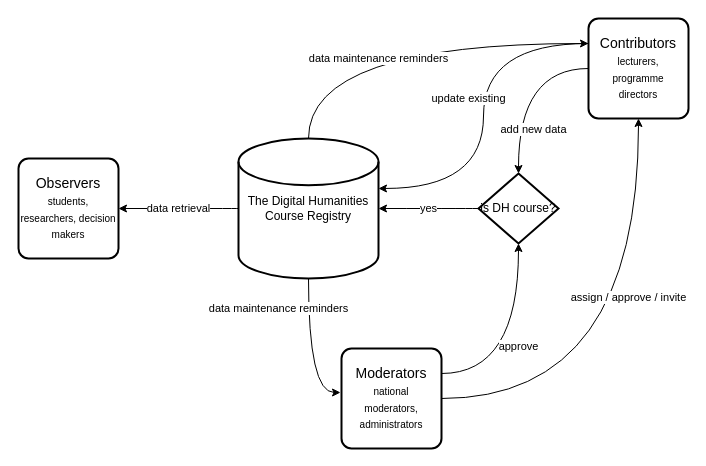
Before: app/webroot/files/DHCR processes.drawio in hashmich/DHCR-Back-End, a draw.io diagram. Source tidied: cells renumbered, new cells numbered last; positions are measured from the earlier drawing's top-left corner, leaving out a move shared by most shapes. Both pictures are drawn from the tidied source at 100%, with x=0, y=0 at pixel (18, 18).
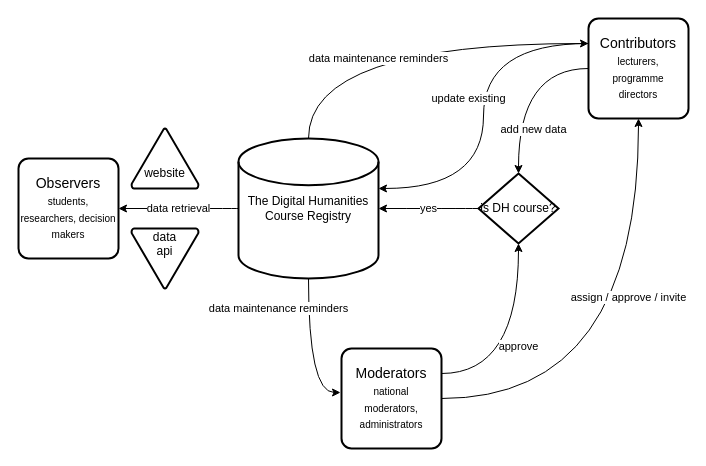
After the change.

What changed in the source:
```diff
@@
 <mxGraphModel>
   <root>
     <mxCell id="0" />
     <mxCell id="1" parent="0" />
     <mxCell id="2" value="data retrieval" style="edgeStyle=orthogonalEdgeStyle;rounded=0;jettySize=auto;html=1;exitX=0;exitY=0.5;exitDx=0;exitDy=0;entryX=1;entryY=0.5;entryDx=0;entryDy=0;elbow=vertical;curved=1;" parent="1" edge="1" source="5" target="6">
       <mxGeometry relative="1" as="geometry" />
     </mxCell>
     <mxCell id="3" value="data maintenance reminders" style="edgeStyle=orthogonalEdgeStyle;curved=1;rounded=0;jettySize=auto;html=1;exitX=0.5;exitY=0;exitDx=0;exitDy=0;entryX=0;entryY=0.25;entryDx=0;entryDy=0;" parent="1" edge="1" source="5" target="9">
       <mxGeometry x="-0.12" y="-15" relative="1" as="geometry" />
     </mxCell>
     <mxCell id="4" value="data maintenance reminders" style="edgeStyle=orthogonalEdgeStyle;curved=1;rounded=0;jettySize=auto;html=1;exitX=0.5;exitY=1;exitDx=0;exitDy=0;entryX=-0.01;entryY=0.44;entryDx=0;entryDy=0;entryPerimeter=0;" parent="1" edge="1" source="5" target="12">
       <mxGeometry x="-0.59" y="-30" relative="1" as="geometry" />
     </mxCell>
     <mxCell id="5" value="The Digital Humanities Course Registry" style="strokeWidth=2;html=1;shape=mxgraph.flowchart.database;whiteSpace=wrap;fontFamily=Helvetica;fontSize=12;fontColor=#000000;align=center;strokeColor=#000000;fillColor=#ffffff;" parent="1" vertex="1">
       <mxGeometry x="220" y="120" width="140" height="140" as="geometry" />
     </mxCell>
     <mxCell id="6" value="&lt;div&gt;Observers&lt;/div&gt;&lt;div&gt;&lt;font style=&quot;font-size: 10px&quot;&gt;students, researchers, decision makers&lt;/font&gt;&lt;br&gt;&lt;/div&gt;" style="strokeWidth=2;rounded=1;arcSize=10;whiteSpace=wrap;html=1;align=center;fontSize=14;" parent="1" vertex="1">
       <mxGeometry y="140" width="100" height="100" as="geometry" />
     </mxCell>
     <mxCell id="7" value="add new data" style="edgeStyle=orthogonalEdgeStyle;curved=1;rounded=0;jettySize=auto;html=1;exitX=0;exitY=0.5;exitDx=0;exitDy=0;entryX=0.5;entryY=0;entryDx=0;entryDy=0;entryPerimeter=0;" parent="1" edge="1" source="9" target="14">
       <mxGeometry x="0.5" y="15" relative="1" as="geometry" />
     </mxCell>
     <mxCell id="8" value="update existing" style="edgeStyle=orthogonalEdgeStyle;curved=1;rounded=0;jettySize=auto;html=1;exitX=0;exitY=0.25;exitDx=0;exitDy=0;entryX=1;entryY=0.357;entryDx=0;entryDy=0;entryPerimeter=0;" parent="1" edge="1" source="9" target="5">
       <mxGeometry x="-0.41" y="57" relative="1" as="geometry">
         <mxPoint x="-72" y="55" as="offset" />
       </mxGeometry>
     </mxCell>
     <mxCell id="9" value="&lt;div&gt;Contributors&lt;/div&gt;&lt;div&gt;&lt;font style=&quot;font-size: 10px&quot;&gt;lecturers,&lt;/font&gt;&lt;/div&gt;&lt;div&gt;&lt;font style=&quot;font-size: 10px&quot;&gt;programme&lt;/font&gt;&lt;/div&gt;&lt;div&gt;&lt;font style=&quot;font-size: 10px&quot;&gt;directors&lt;/font&gt;&lt;br&gt;&lt;/div&gt;" style="strokeWidth=2;rounded=1;arcSize=10;whiteSpace=wrap;html=1;align=center;fontSize=14;" parent="1" vertex="1">
       <mxGeometry x="570" width="100" height="100" as="geometry" />
     </mxCell>
     <mxCell id="10" value="assign / approve / invite" style="edgeStyle=orthogonalEdgeStyle;curved=1;rounded=0;jettySize=auto;html=1;exitX=1;exitY=0.5;exitDx=0;exitDy=0;" parent="1" edge="1" source="12" target="9">
       <mxGeometry x="0.25" y="10" relative="1" as="geometry" />
     </mxCell>
     <mxCell id="11" value="approve" style="edgeStyle=orthogonalEdgeStyle;curved=1;rounded=0;jettySize=auto;html=1;exitX=1;exitY=0.25;exitDx=0;exitDy=0;entryX=0.5;entryY=1;entryDx=0;entryDy=0;entryPerimeter=0;" parent="1" edge="1" source="12" target="14">
       <mxGeometry relative="1" as="geometry" />
     </mxCell>
     <mxCell id="12" value="&lt;div&gt;Moderators&lt;/div&gt;&lt;div&gt;&lt;font style=&quot;font-size: 10px&quot;&gt;national&lt;/font&gt;&lt;/div&gt;&lt;div&gt;&lt;font style=&quot;font-size: 10px&quot;&gt;moderators,&lt;/font&gt;&lt;/div&gt;&lt;div&gt;&lt;font style=&quot;font-size: 10px&quot;&gt;administrators&lt;/font&gt;&lt;br&gt;&lt;/div&gt;" style="strokeWidth=2;rounded=1;arcSize=10;whiteSpace=wrap;html=1;align=center;fontSize=14;" parent="1" vertex="1">
       <mxGeometry x="323" y="330" width="100" height="100" as="geometry" />
     </mxCell>
     <mxCell id="13" value="yes" style="edgeStyle=orthogonalEdgeStyle;curved=1;rounded=0;jettySize=auto;html=1;exitX=0;exitY=0.5;exitDx=0;exitDy=0;exitPerimeter=0;" parent="1" edge="1" source="14" target="5">
       <mxGeometry relative="1" as="geometry" />
     </mxCell>
     <mxCell id="14" value="is DH course?" style="strokeWidth=2;html=1;shape=mxgraph.flowchart.decision;whiteSpace=wrap;" parent="1" vertex="1">
       <mxGeometry x="460" y="155" width="80" height="70" as="geometry" />
     </mxCell>
+    <mxCell id="15" value="&lt;div&gt;&lt;br&gt;&lt;/div&gt;&lt;div&gt;&lt;br&gt;&lt;/div&gt;&lt;div&gt;website&lt;/div&gt;" style="strokeWidth=2;html=1;shape=mxgraph.flowchart.extract_or_measurement;whiteSpace=wrap;" parent="1" vertex="1">
+      <mxGeometry x="113" y="110" width="67" height="60" as="geometry" />
+    </mxCell>
+    <mxCell id="16" value="&lt;div&gt;data&lt;/div&gt;&lt;div&gt;api&lt;/div&gt;&lt;div&gt;&lt;br&gt;&lt;/div&gt;&lt;div&gt;&lt;br&gt;&lt;/div&gt;" style="strokeWidth=2;html=1;shape=mxgraph.flowchart.extract_or_measurement;whiteSpace=wrap;rotation=0;direction=west;" parent="1" vertex="1">
+      <mxGeometry x="113" y="210" width="67" height="60" as="geometry" />
+    </mxCell>
   </root>
 </mxGraphModel>
```
